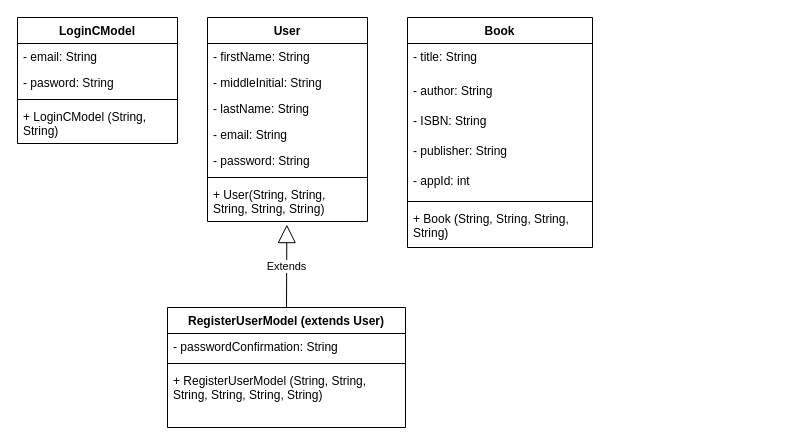
Before: page "Model Diagrams" (1 of 2) of Milestone1/UML_Diagrams.drawio in DanielCender/CST-235-CLC, a draw.io diagram. Source tidied: cells renumbered, new cells numbered last; positions are measured from the earlier drawing's top-left corner, leaving out a move shared by most shapes. Both pictures are drawn from the tidied source at 100%, with x=0, y=0 at pixel (17, 17).
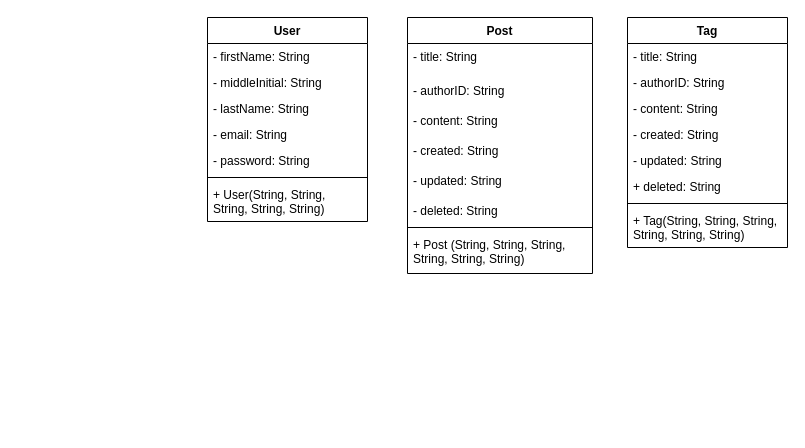
The same page after the edit.

Commit message:
chore: updated UML class diagram to new blog site project.

Unchanged cells that the change refers to:
```xml
<mxCell id="17" value="+ User(String, String, String, String, String)" style="text;align=left;verticalAlign=top;spacingLeft=4;spacingRight=4;overflow=hidden;points=[[0,0.5],[1,0.5]];portConstraint=eastwest;whiteSpace=wrap;" parent="10" vertex="1">
  <mxGeometry y="164" width="160" height="40" as="geometry" />
</mxCell>
```

What changed in the source:
```diff
@@
-    <mxCell id="2" value="Book" style="swimlane;fontStyle=1;align=center;verticalAlign=top;horizontal=1;startSize=26;" parent="1" vertex="1">
-      <mxGeometry x="390" width="185" height="230" as="geometry" />
-    </mxCell>
-    <mxCell id="3" value="- title: String" style="text;strokeColor=none;fillColor=none;align=left;verticalAlign=top;spacingLeft=4;spacingRight=4;overflow=hidden;" parent="2" vertex="1">
-      <mxGeometry y="26" width="185" height="34" as="geometry" />
-    </mxCell>
-    <mxCell id="4" value="- author: String" style="text;strokeColor=none;fillColor=none;align=left;verticalAlign=top;spacingLeft=4;spacingRight=4;overflow=hidden;" parent="2" vertex="1">
-      <mxGeometry y="60" width="185" height="30" as="geometry" />
-    </mxCell>
-    <mxCell id="5" value="- ISBN: String" style="text;strokeColor=none;fillColor=none;align=left;verticalAlign=top;spacingLeft=4;spacingRight=4;overflow=hidden;" parent="2" vertex="1">
-      <mxGeometry y="90" width="185" height="30" as="geometry" />
-    </mxCell>
-    <mxCell id="6" value="- publisher: String" style="text;strokeColor=none;fillColor=none;align=left;verticalAlign=top;spacingLeft=4;spacingRight=4;overflow=hidden;" parent="2" vertex="1">
-      <mxGeometry y="120" width="185" height="30" as="geometry" />
-    </mxCell>
-    <mxCell id="7" value="- appId: int" style="text;strokeColor=none;fillColor=none;align=left;verticalAlign=top;spacingLeft=4;spacingRight=4;overflow=hidden;" parent="2" vertex="1">
-      <mxGeometry y="150" width="185" height="30" as="geometry" />
-    </mxCell>
-    <mxCell id="8" style="line;strokeWidth=1;fillColor=none;align=left;verticalAlign=middle;spacingTop=-1;spacingLeft=3;spacingRight=3;labelPosition=right;" parent="2" vertex="1">
-      <mxGeometry y="180" width="185" height="8" as="geometry" />
-    </mxCell>
-    <mxCell id="9" value="+ Book (String, String, String, String)" style="text;strokeColor=none;fillColor=none;align=left;verticalAlign=top;spacingLeft=4;spacingRight=4;overflow=hidden;whiteSpace=wrap;" parent="2" vertex="1">
-      <mxGeometry y="188" width="185" height="42" as="geometry" />
-    </mxCell>
@@
-    <mxCell id="18" value="LoginCModel" style="swimlane;fontStyle=1;align=center;verticalAlign=top;horizontal=1;startSize=26;" parent="1" vertex="1">
-      <mxGeometry width="160" height="126" as="geometry" />
-    </mxCell>
-    <mxCell id="19" value="- email: String" style="text;align=left;verticalAlign=top;spacingLeft=4;spacingRight=4;overflow=hidden;" parent="18" vertex="1">
-      <mxGeometry y="26" width="160" height="26" as="geometry" />
-    </mxCell>
-    <mxCell id="20" value="- pasword: String" style="text;strokeColor=none;fillColor=none;align=left;verticalAlign=top;spacingLeft=4;spacingRight=4;overflow=hidden;" parent="18" vertex="1">
-      <mxGeometry y="52" width="160" height="26" as="geometry" />
-    </mxCell>
-    <mxCell id="21" style="line;strokeWidth=1;fillColor=none;align=left;verticalAlign=middle;spacingTop=-1;spacingLeft=3;spacingRight=3;labelPosition=right;" parent="18" vertex="1">
-      <mxGeometry y="78" width="160" height="8" as="geometry" />
-    </mxCell>
-    <mxCell id="22" value="+ LoginCModel (String, String)" style="text;align=left;verticalAlign=top;spacingLeft=4;spacingRight=4;overflow=hidden;whiteSpace=wrap;" parent="18" vertex="1">
-      <mxGeometry y="86" width="160" height="40" as="geometry" />
-    </mxCell>
-    <mxCell id="23" value="Extends" style="endArrow=block;endSize=16;endFill=0;html=1;exitX=0.5;exitY=0;exitDx=0;exitDy=0;entryX=0.496;entryY=1.077;entryDx=0;entryDy=0;entryPerimeter=0;" parent="1" edge="1" source="24" target="17">
-      <mxGeometry relative="1" as="geometry" />
-    </mxCell>
-    <mxCell id="24" value="RegisterUserModel (extends User)" style="swimlane;fontStyle=1;align=center;verticalAlign=top;horizontal=1;startSize=26;" parent="1" vertex="1">
-      <mxGeometry x="150" y="290" width="238" height="120" as="geometry" />
-    </mxCell>
-    <mxCell id="25" value="- passwordConfirmation: String" style="text;strokeColor=none;fillColor=none;align=left;verticalAlign=top;spacingLeft=4;spacingRight=4;overflow=hidden;" parent="24" vertex="1">
-      <mxGeometry y="26" width="238" height="26" as="geometry" />
-    </mxCell>
-    <mxCell id="26" style="line;strokeWidth=1;fillColor=none;align=left;verticalAlign=middle;spacingTop=-1;spacingLeft=3;spacingRight=3;labelPosition=right;" parent="24" vertex="1">
-      <mxGeometry y="52" width="238" height="8" as="geometry" />
-    </mxCell>
-    <mxCell id="27" value="+ RegisterUserModel (String, String, String, String, String, String)" style="text;align=left;verticalAlign=top;spacingLeft=4;spacingRight=4;overflow=hidden;whiteSpace=wrap;" parent="24" vertex="1">
-      <mxGeometry y="60" width="238" height="60" as="geometry" />
-    </mxCell>
+    <mxCell id="2" value="Post" style="swimlane;fontStyle=1;align=center;verticalAlign=top;horizontal=1;startSize=26;" parent="1" vertex="1">
+      <mxGeometry x="390" width="185" height="256" as="geometry" />
+    </mxCell>
+    <mxCell id="3" value="- title: String" style="text;strokeColor=none;fillColor=none;align=left;verticalAlign=top;spacingLeft=4;spacingRight=4;overflow=hidden;" parent="2" vertex="1">
+      <mxGeometry y="26" width="185" height="34" as="geometry" />
+    </mxCell>
+    <mxCell id="4" value="- authorID: String" style="text;strokeColor=none;fillColor=none;align=left;verticalAlign=top;spacingLeft=4;spacingRight=4;overflow=hidden;" parent="2" vertex="1">
+      <mxGeometry y="60" width="185" height="30" as="geometry" />
+    </mxCell>
+    <mxCell id="5" value="- content: String" style="text;strokeColor=none;fillColor=none;align=left;verticalAlign=top;spacingLeft=4;spacingRight=4;overflow=hidden;" parent="2" vertex="1">
+      <mxGeometry y="90" width="185" height="30" as="geometry" />
+    </mxCell>
+    <mxCell id="6" value="- created: String" style="text;strokeColor=none;fillColor=none;align=left;verticalAlign=top;spacingLeft=4;spacingRight=4;overflow=hidden;" parent="2" vertex="1">
+      <mxGeometry y="120" width="185" height="30" as="geometry" />
+    </mxCell>
+    <mxCell id="7" value="- updated: String" style="text;strokeColor=none;fillColor=none;align=left;verticalAlign=top;spacingLeft=4;spacingRight=4;overflow=hidden;" parent="2" vertex="1">
+      <mxGeometry y="150" width="185" height="30" as="geometry" />
+    </mxCell>
+    <mxCell id="28" value="- deleted: String" style="text;strokeColor=none;fillColor=none;align=left;verticalAlign=top;spacingLeft=4;spacingRight=4;overflow=hidden;" parent="2" vertex="1">
+      <mxGeometry y="180" width="185" height="26" as="geometry" />
+    </mxCell>
+    <mxCell id="8" style="line;strokeWidth=1;fillColor=none;align=left;verticalAlign=middle;spacingTop=-1;spacingLeft=3;spacingRight=3;labelPosition=right;" parent="2" vertex="1">
+      <mxGeometry y="206" width="185" height="8" as="geometry" />
+    </mxCell>
+    <mxCell id="9" value="+ Post (String, String, String, String, String, String)" style="text;strokeColor=none;fillColor=none;align=left;verticalAlign=top;spacingLeft=4;spacingRight=4;overflow=hidden;whiteSpace=wrap;" parent="2" vertex="1">
+      <mxGeometry y="214" width="185" height="42" as="geometry" />
+    </mxCell>
+    <mxCell id="29" value="Tag" style="swimlane;fontStyle=1;align=center;verticalAlign=top;horizontal=1;startSize=26;" parent="1" vertex="1">
+      <mxGeometry x="610" width="160" height="230" as="geometry" />
+    </mxCell>
+    <mxCell id="30" value="- title: String" style="text;strokeColor=none;fillColor=none;align=left;verticalAlign=top;spacingLeft=4;spacingRight=4;overflow=hidden;" parent="29" vertex="1">
+      <mxGeometry y="26" width="160" height="26" as="geometry" />
+    </mxCell>
+    <mxCell id="31" value="- authorID: String" style="text;strokeColor=none;fillColor=none;align=left;verticalAlign=top;spacingLeft=4;spacingRight=4;overflow=hidden;" parent="29" vertex="1">
+      <mxGeometry y="52" width="160" height="26" as="geometry" />
+    </mxCell>
+    <mxCell id="32" value="- content: String" style="text;strokeColor=none;fillColor=none;align=left;verticalAlign=top;spacingLeft=4;spacingRight=4;overflow=hidden;" parent="29" vertex="1">
+      <mxGeometry y="78" width="160" height="26" as="geometry" />
+    </mxCell>
+    <mxCell id="33" value="- created: String" style="text;strokeColor=none;fillColor=none;align=left;verticalAlign=top;spacingLeft=4;spacingRight=4;overflow=hidden;" parent="29" vertex="1">
+      <mxGeometry y="104" width="160" height="26" as="geometry" />
+    </mxCell>
+    <mxCell id="34" value="- updated: String" style="text;strokeColor=none;fillColor=none;align=left;verticalAlign=top;spacingLeft=4;spacingRight=4;overflow=hidden;" parent="29" vertex="1">
+      <mxGeometry y="130" width="160" height="26" as="geometry" />
+    </mxCell>
+    <mxCell id="35" value="+ deleted: String" style="text;strokeColor=none;fillColor=none;align=left;verticalAlign=top;spacingLeft=4;spacingRight=4;overflow=hidden;" parent="29" vertex="1">
+      <mxGeometry y="156" width="160" height="26" as="geometry" />
+    </mxCell>
+    <mxCell id="36" style="line;strokeWidth=1;fillColor=none;align=left;verticalAlign=middle;spacingTop=-1;spacingLeft=3;spacingRight=3;labelPosition=right;" parent="29" vertex="1">
+      <mxGeometry y="182" width="160" height="8" as="geometry" />
+    </mxCell>
+    <mxCell id="37" value="+ Tag(String, String, String, String, String, String)" style="text;strokeColor=none;fillColor=none;align=left;verticalAlign=top;spacingLeft=4;spacingRight=4;overflow=hidden;whiteSpace=wrap;" parent="29" vertex="1">
+      <mxGeometry y="190" width="160" height="40" as="geometry" />
+    </mxCell>
```
